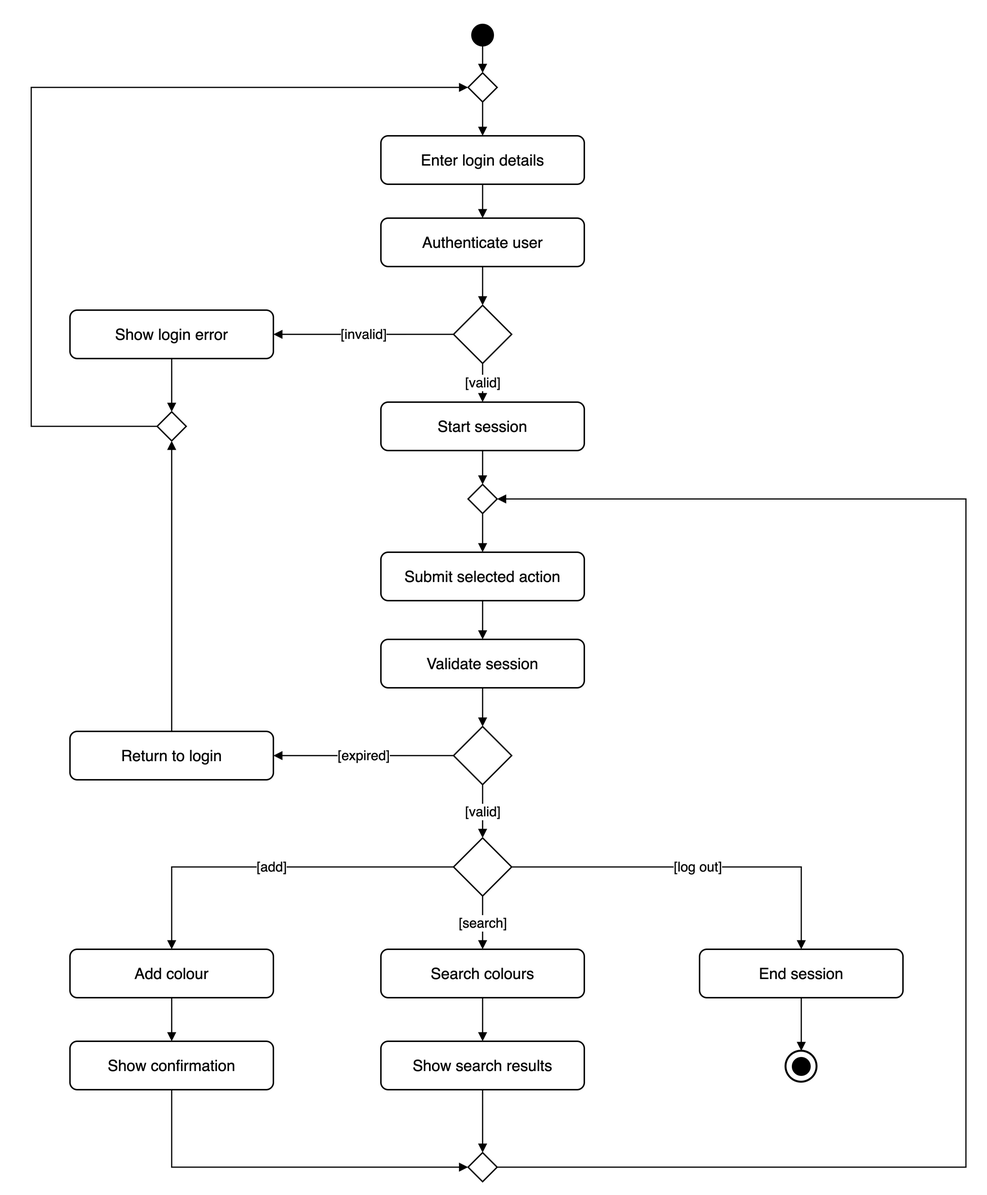
The draw.io diagram docs/uml/activity.png in milesrack/colors-lamp, before a commit. Source tidied: cells renumbered, new cells last; positions are measured from the earlier drawing's top-left corner, leaving out a move shared by most shapes.
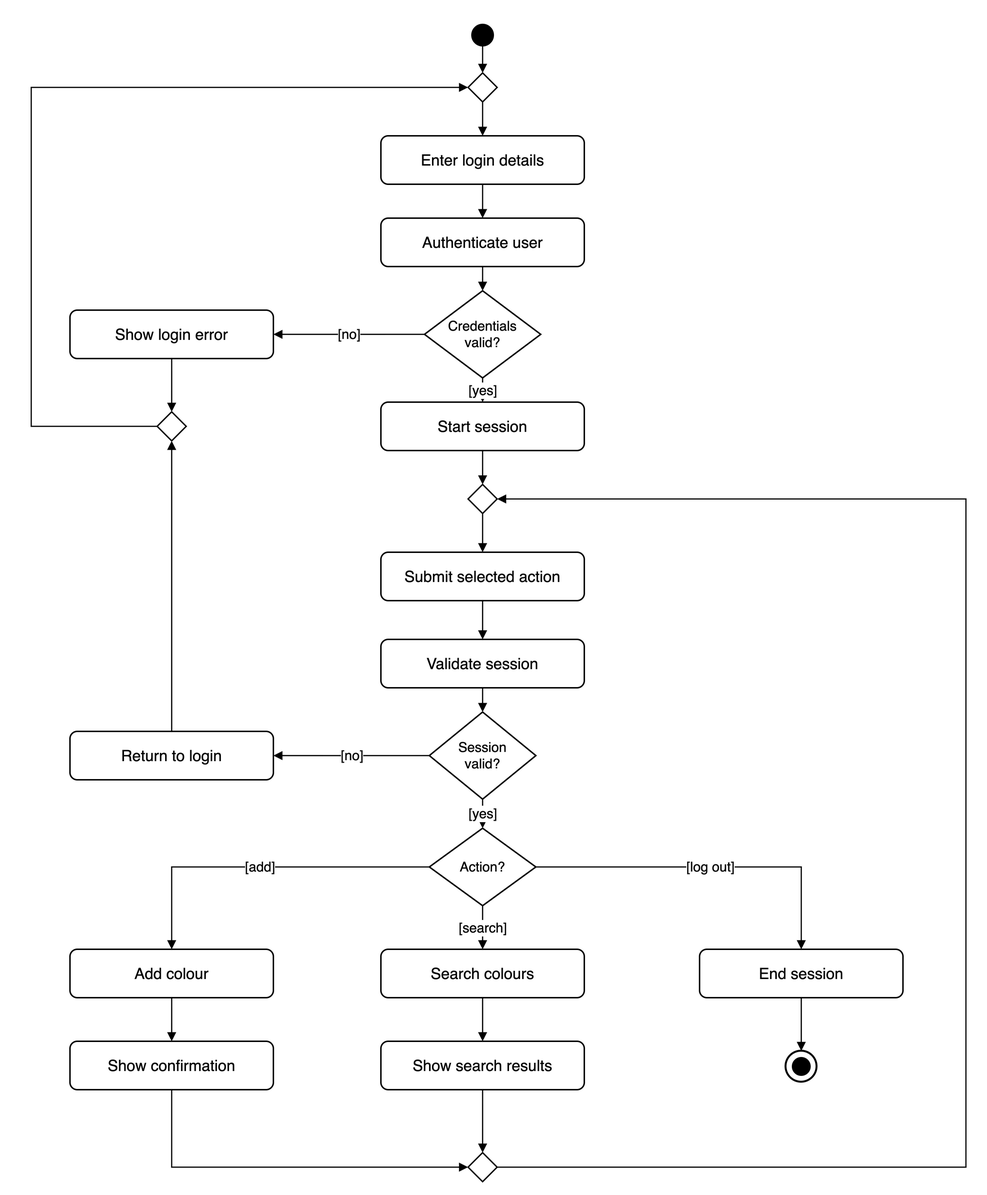
The same diagram one commit later.

Commit message:
docs(uml): label activity decisions

What changed in the source:
```diff
@@ -14,8 +14,8 @@
     <mxCell id="5" value="Authenticate user" style="html=1;whiteSpace=wrap;fontFamily=Helvetica;fontSize=16;fontColor=#000000;strokeColor=#000000;fillColor=#FFFFFF;strokeWidth=1.5;rounded=1;arcSize=15;" parent="1" vertex="1">
       <mxGeometry x="361" y="200" width="210" height="50" as="geometry" />
     </mxCell>
-    <mxCell id="6" style="html=1;whiteSpace=wrap;fontFamily=Helvetica;fontSize=16;fontColor=#000000;strokeColor=#000000;fillColor=#FFFFFF;strokeWidth=1.5;rhombus;" parent="1" vertex="1">
-      <mxGeometry x="436" y="290" width="60" height="60" as="geometry" />
+    <mxCell id="6" value="Credentials&lt;br&gt;valid?" style="html=1;whiteSpace=wrap;fontFamily=Helvetica;fontSize=16;fontColor=#000000;strokeColor=#000000;fillColor=#FFFFFF;strokeWidth=1.5;rhombus;fontSize=14;" parent="1" vertex="1">
+      <mxGeometry x="406" y="275" width="120" height="90" as="geometry" />
     </mxCell>
     <mxCell id="7" value="Show login error" style="html=1;whiteSpace=wrap;fontFamily=Helvetica;fontSize=16;fontColor=#000000;strokeColor=#000000;fillColor=#FFFFFF;strokeWidth=1.5;rounded=1;arcSize=15;" parent="1" vertex="1">
       <mxGeometry x="40" y="295" width="210" height="50" as="geometry" />
@@ -35,14 +35,14 @@
     <mxCell id="12" value="Validate session" style="html=1;whiteSpace=wrap;fontFamily=Helvetica;fontSize=16;fontColor=#000000;strokeColor=#000000;fillColor=#FFFFFF;strokeWidth=1.5;rounded=1;arcSize=15;" parent="1" vertex="1">
       <mxGeometry x="361" y="635" width="210" height="50" as="geometry" />
     </mxCell>
-    <mxCell id="13" style="html=1;whiteSpace=wrap;fontFamily=Helvetica;fontSize=16;fontColor=#000000;strokeColor=#000000;fillColor=#FFFFFF;strokeWidth=1.5;rhombus;" parent="1" vertex="1">
-      <mxGeometry x="436" y="725" width="60" height="60" as="geometry" />
+    <mxCell id="13" value="Session&lt;br&gt;valid?" style="html=1;whiteSpace=wrap;fontFamily=Helvetica;fontSize=16;fontColor=#000000;strokeColor=#000000;fillColor=#FFFFFF;strokeWidth=1.5;rhombus;fontSize=14;" parent="1" vertex="1">
+      <mxGeometry x="411" y="710" width="110" height="90" as="geometry" />
     </mxCell>
     <mxCell id="14" value="Return to login" style="html=1;whiteSpace=wrap;fontFamily=Helvetica;fontSize=16;fontColor=#000000;strokeColor=#000000;fillColor=#FFFFFF;strokeWidth=1.5;rounded=1;arcSize=15;" parent="1" vertex="1">
       <mxGeometry x="40" y="730" width="210" height="50" as="geometry" />
     </mxCell>
-    <mxCell id="15" style="html=1;whiteSpace=wrap;fontFamily=Helvetica;fontSize=16;fontColor=#000000;strokeColor=#000000;fillColor=#FFFFFF;strokeWidth=1.5;rhombus;" parent="1" vertex="1">
-      <mxGeometry x="436" y="840" width="60" height="60" as="geometry" />
+    <mxCell id="15" value="Action?" style="html=1;whiteSpace=wrap;fontFamily=Helvetica;fontSize=16;fontColor=#000000;strokeColor=#000000;fillColor=#FFFFFF;strokeWidth=1.5;rhombus;fontSize=14;" parent="1" vertex="1">
+      <mxGeometry x="411" y="830" width="110" height="80" as="geometry" />
     </mxCell>
     <mxCell id="16" value="Add colour" style="html=1;whiteSpace=wrap;fontFamily=Helvetica;fontSize=16;fontColor=#000000;strokeColor=#000000;fillColor=#FFFFFF;strokeWidth=1.5;rounded=1;arcSize=15;" parent="1" vertex="1">
       <mxGeometry x="40" y="955" width="210" height="50" as="geometry" />
@@ -104,16 +104,16 @@
     <mxCell id="35" style="edgeStyle=orthogonalEdgeStyle;rounded=0;html=1;fontFamily=Helvetica;fontSize=14;fontColor=#000000;strokeColor=#000000;strokeWidth=1.3;labelBackgroundColor=#FFFFFF;endArrow=block;endFill=1;jettySize=auto;exitX=0.5;exitY=1;entryX=0.5;entryY=0;jettySize=0;" parent="1" edge="1" source="20" target="21">
       <mxGeometry relative="1" as="geometry" />
     </mxCell>
-    <mxCell id="36" value="[invalid]" style="edgeStyle=orthogonalEdgeStyle;rounded=0;html=1;fontFamily=Helvetica;fontSize=14;fontColor=#000000;strokeColor=#000000;strokeWidth=1.3;labelBackgroundColor=#FFFFFF;endArrow=block;endFill=1;jettySize=auto;exitX=0.5;exitY=1;entryX=0.5;entryY=0;jettySize=0;exitX=0;exitY=0.5;entryX=1;entryY=0.5;" parent="1" edge="1" source="6" target="7">
+    <mxCell id="36" value="[no]" style="edgeStyle=orthogonalEdgeStyle;rounded=0;html=1;fontFamily=Helvetica;fontSize=14;fontColor=#000000;strokeColor=#000000;strokeWidth=1.3;labelBackgroundColor=#FFFFFF;endArrow=block;endFill=1;jettySize=auto;exitX=0.5;exitY=1;entryX=0.5;entryY=0;jettySize=0;exitX=0;exitY=0.5;entryX=1;entryY=0.5;" parent="1" edge="1" source="6" target="7">
       <mxGeometry relative="1" as="geometry" />
     </mxCell>
     <mxCell id="37" style="edgeStyle=orthogonalEdgeStyle;rounded=0;html=1;fontFamily=Helvetica;fontSize=14;fontColor=#000000;strokeColor=#000000;strokeWidth=1.3;labelBackgroundColor=#FFFFFF;endArrow=block;endFill=1;jettySize=auto;exitX=0.5;exitY=1;entryX=0.5;entryY=0;jettySize=0;" parent="1" edge="1" source="7" target="8">
       <mxGeometry relative="1" as="geometry" />
     </mxCell>
-    <mxCell id="38" value="[valid]" style="edgeStyle=orthogonalEdgeStyle;rounded=0;html=1;fontFamily=Helvetica;fontSize=14;fontColor=#000000;strokeColor=#000000;strokeWidth=1.3;labelBackgroundColor=#FFFFFF;endArrow=block;endFill=1;jettySize=auto;exitX=0.5;exitY=1;entryX=0.5;entryY=0;jettySize=0;" parent="1" edge="1" source="6" target="9">
+    <mxCell id="38" value="[yes]" style="edgeStyle=orthogonalEdgeStyle;rounded=0;html=1;fontFamily=Helvetica;fontSize=14;fontColor=#000000;strokeColor=#000000;strokeWidth=1.3;labelBackgroundColor=#FFFFFF;endArrow=block;endFill=1;jettySize=auto;exitX=0.5;exitY=1;entryX=0.5;entryY=0;jettySize=0;" parent="1" edge="1" source="6" target="9">
       <mxGeometry relative="1" as="geometry" />
     </mxCell>
-    <mxCell id="39" value="[expired]" style="edgeStyle=orthogonalEdgeStyle;rounded=0;html=1;fontFamily=Helvetica;fontSize=14;fontColor=#000000;strokeColor=#000000;strokeWidth=1.3;labelBackgroundColor=#FFFFFF;endArrow=block;endFill=1;jettySize=auto;exitX=0.5;exitY=1;entryX=0.5;entryY=0;jettySize=0;exitX=0;exitY=0.5;entryX=1;entryY=0.5;" parent="1" edge="1" source="13" target="14">
+    <mxCell id="39" value="[no]" style="edgeStyle=orthogonalEdgeStyle;rounded=0;html=1;fontFamily=Helvetica;fontSize=14;fontColor=#000000;strokeColor=#000000;strokeWidth=1.3;labelBackgroundColor=#FFFFFF;endArrow=block;endFill=1;jettySize=auto;exitX=0.5;exitY=1;entryX=0.5;entryY=0;jettySize=0;exitX=0;exitY=0.5;entryX=1;entryY=0.5;" parent="1" edge="1" source="13" target="14">
       <mxGeometry relative="1" as="geometry" />
     </mxCell>
     <mxCell id="40" style="edgeStyle=orthogonalEdgeStyle;rounded=0;html=1;fontFamily=Helvetica;fontSize=14;fontColor=#000000;strokeColor=#000000;strokeWidth=1.3;labelBackgroundColor=#FFFFFF;endArrow=block;endFill=1;jettySize=auto;exitX=0.5;exitY=1;entryX=0.5;entryY=0;jettySize=0;exitX=0.5;exitY=0;entryX=0.5;entryY=1;" parent="1" edge="1" source="14" target="8">
@@ -127,7 +127,7 @@
         </Array>
       </mxGeometry>
     </mxCell>
-    <mxCell id="42" value="[valid]" style="edgeStyle=orthogonalEdgeStyle;rounded=0;html=1;fontFamily=Helvetica;fontSize=14;fontColor=#000000;strokeColor=#000000;strokeWidth=1.3;labelBackgroundColor=#FFFFFF;endArrow=block;endFill=1;jettySize=auto;exitX=0.5;exitY=1;entryX=0.5;entryY=0;jettySize=0;" parent="1" edge="1" source="13" target="15">
+    <mxCell id="42" value="[yes]" style="edgeStyle=orthogonalEdgeStyle;rounded=0;html=1;fontFamily=Helvetica;fontSize=14;fontColor=#000000;strokeColor=#000000;strokeWidth=1.3;labelBackgroundColor=#FFFFFF;endArrow=block;endFill=1;jettySize=auto;exitX=0.5;exitY=1;entryX=0.5;entryY=0;jettySize=0;" parent="1" edge="1" source="13" target="15">
       <mxGeometry relative="1" as="geometry" />
     </mxCell>
     <mxCell id="43" value="[add]" style="edgeStyle=orthogonalEdgeStyle;rounded=0;html=1;fontFamily=Helvetica;fontSize=14;fontColor=#000000;strokeColor=#000000;strokeWidth=1.3;labelBackgroundColor=#FFFFFF;endArrow=block;endFill=1;jettySize=auto;exitX=0.5;exitY=1;entryX=0.5;entryY=0;jettySize=0;exitX=0;exitY=0.5;entryX=0.5;entryY=0;" parent="1" edge="1" source="15" target="16">
```
